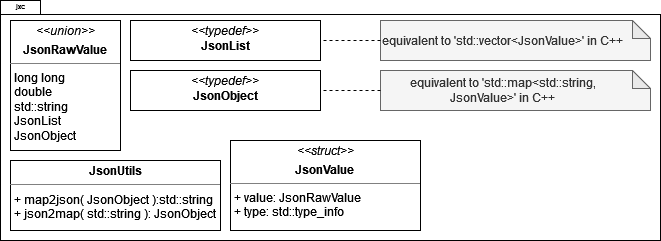
Above: docs/uml.png in mwhicks-dev/JsonXChange (draw.io), before the change. Source tidied: cells renumbered, new cells last; positions are measured from the earlier drawing's top-left corner, leaving out a move shared by most shapes.
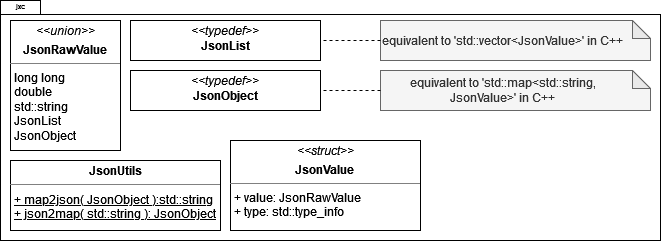
Above is the later version.

Commit message:
UML - JsonUtils members should be static

The edit, as a diff of the source:
```diff
@@ -32,7 +32,7 @@
     <mxCell id="11" style="endArrow=none;dashed=1;html=1;rounded=0;" parent="1" edge="1" source="9" target="7">
       <mxGeometry relative="1" as="geometry" />
     </mxCell>
-    <mxCell id="12" value="&lt;p style=&quot;margin:0px;margin-top:4px;text-align:center;&quot;&gt;&lt;b&gt;JsonUtils&lt;/b&gt;&lt;/p&gt;&lt;hr size=&quot;1&quot;&gt;&lt;p style=&quot;margin:0px;margin-left:4px;&quot;&gt;+ map2json( JsonObject ):std::string&lt;/p&gt;&lt;p style=&quot;margin:0px;margin-left:4px;&quot;&gt;+ json2map( std::string ): JsonObject&lt;br&gt;&lt;/p&gt;" style="verticalAlign=top;align=left;overflow=fill;fontSize=12;fontFamily=Helvetica;html=1;whiteSpace=wrap;" parent="1" vertex="1">
+    <mxCell id="12" value="&lt;p style=&quot;margin:0px;margin-top:4px;text-align:center;&quot;&gt;&lt;b&gt;JsonUtils&lt;/b&gt;&lt;/p&gt;&lt;hr size=&quot;1&quot;&gt;&lt;p style=&quot;margin:0px;margin-left:4px;&quot;&gt;&lt;u&gt;+ map2json( JsonObject ):std::string&lt;/u&gt;&lt;/p&gt;&lt;p style=&quot;margin:0px;margin-left:4px;&quot;&gt;&lt;u&gt;+ json2map( std::string ): JsonObject&lt;/u&gt;&lt;br&gt;&lt;/p&gt;" style="verticalAlign=top;align=left;overflow=fill;fontSize=12;fontFamily=Helvetica;html=1;whiteSpace=wrap;" parent="1" vertex="1">
       <mxGeometry x="10" y="160" width="210" height="70" as="geometry" />
     </mxCell>
   </root>
```
